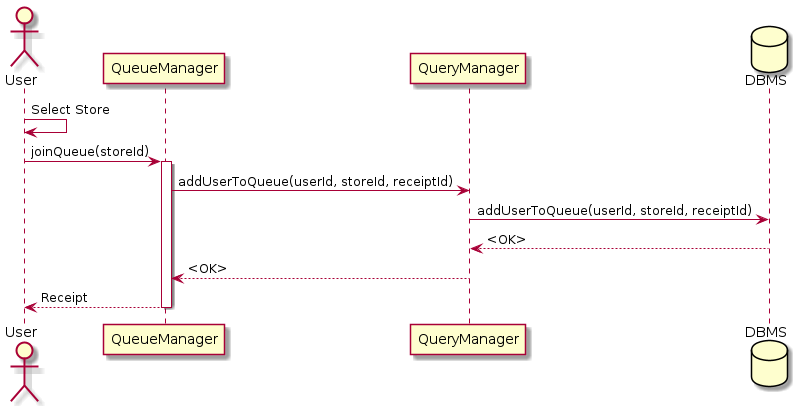
andreafra/Software-Engineering-2-Project-2021 keeps this PlantUML diagram as DD/uml/seq_join_queue.png. Above is the earlier version.
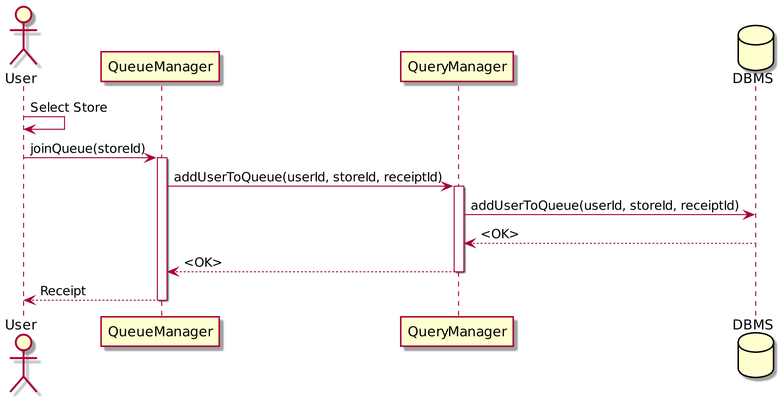
After the commit.

The edit, as a diff of the source:
```diff
@@ -1,4 +1,9 @@
-@startuml
+@startuml seq_join_queue
+
+skinparam {
+   dpi 300
+}
+
 actor User as a
 participant QueueManager as queue
 participant QueryManager as qm
@@ -8,9 +13,12 @@
 a -> queue : joinQueue(storeId)
 activate queue
 queue -> qm : addUserToQueue(userId, storeId, receiptId)
+activate qm
 qm -> db : addUserToQueue(userId, storeId, receiptId)
 db --> qm : <OK>
 qm --> queue : <OK>
+deactivate qm
 queue --> a : Receipt
 deactivate queue
+
 @enduml
```
